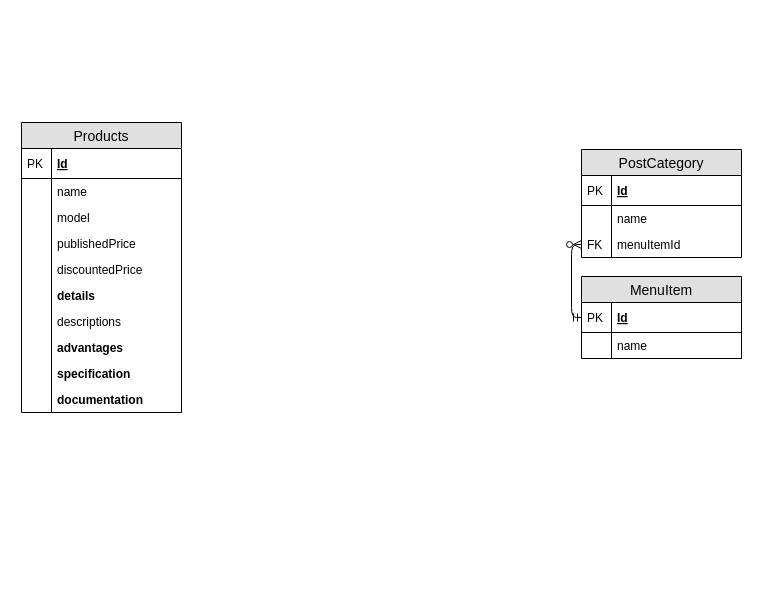
Earlier version of the draw.io diagram Documentation/ERD new project.drawio (minhdn2/news-management). Source tidied: cells renumbered, new cells numbered last; positions are measured from the earlier drawing's top-left corner, leaving out a move shared by most shapes. Both pictures are drawn from the tidied source at 100%, with x=0, y=0 at pixel (21, 122).
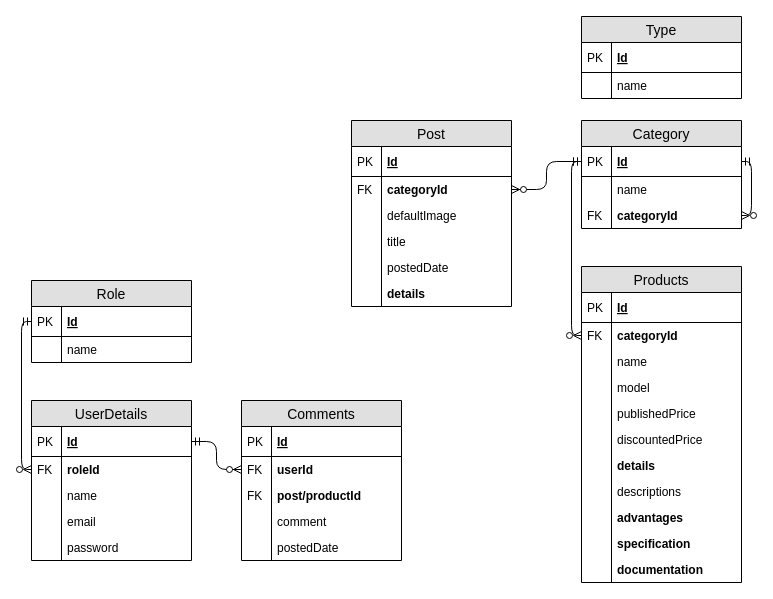
Above is the later version.

Unchanged cells that the change refers to:
```xml
<mxCell id="24" value="Id" style="shape=partialRectangle;top=0;left=0;right=0;bottom=1;align=left;verticalAlign=middle;fillColor=none;spacingLeft=34;spacingRight=4;overflow=hidden;points=[[0,0.5],[1,0.5]];portConstraint=eastwest;fontStyle=5;fontSize=12;" parent="23" vertex="1">
  <mxGeometry y="26" width="160" height="30" as="geometry" />
</mxCell>
<mxCell id="31" value="Id" style="shape=partialRectangle;top=0;left=0;right=0;bottom=1;align=left;verticalAlign=middle;fillColor=none;spacingLeft=34;spacingRight=4;overflow=hidden;points=[[0,0.5],[1,0.5]];portConstraint=eastwest;fontStyle=5;fontSize=12;" parent="30" vertex="1">
  <mxGeometry y="26" width="160" height="30" as="geometry" />
</mxCell>
```

The edit, as a diff of the source:
```diff
@@
     <mxCell id="2" value="Products" style="swimlane;fontStyle=0;horizontal=1;startSize=26;fillColor=#e0e0e0;swimlaneFillColor=#ffffff;align=center;fontSize=14;" parent="1" vertex="1">
-      <mxGeometry width="160" height="290" as="geometry" />
+      <mxGeometry x="560" y="144" width="160" height="316" as="geometry" />
     </mxCell>
@@
+    <mxCell id="36" value="categoryId" style="shape=partialRectangle;top=0;left=0;right=0;bottom=0;align=left;verticalAlign=top;fillColor=none;spacingLeft=34;spacingRight=4;overflow=hidden;points=[[0,0.5],[1,0.5]];portConstraint=eastwest;fontSize=12;fontStyle=1;" parent="2" vertex="1">
+      <mxGeometry y="56" width="160" height="26" as="geometry" />
+    </mxCell>
+    <mxCell id="37" value="FK" style="shape=partialRectangle;top=0;left=0;bottom=0;fillColor=none;align=left;verticalAlign=top;spacingLeft=4;spacingRight=4;overflow=hidden;fontSize=12;" parent="36" vertex="1">
+      <mxGeometry width="30" height="26" as="geometry" />
+    </mxCell>
     <mxCell id="5" value="name" style="shape=partialRectangle;top=0;left=0;right=0;bottom=0;align=left;verticalAlign=top;fillColor=none;spacingLeft=34;spacingRight=4;overflow=hidden;fontSize=12;" parent="2" vertex="1">
-      <mxGeometry y="56" width="160" height="26" as="geometry" />
+      <mxGeometry y="82" width="160" height="26" as="geometry" />
     </mxCell>
@@
     <mxCell id="7" value="model" style="shape=partialRectangle;top=0;left=0;right=0;bottom=0;align=left;verticalAlign=top;fillColor=none;spacingLeft=34;spacingRight=4;overflow=hidden;fontSize=12;" parent="2" vertex="1">
-      <mxGeometry y="82" width="160" height="26" as="geometry" />
+      <mxGeometry y="108" width="160" height="26" as="geometry" />
     </mxCell>
@@
     <mxCell id="9" value="publishedPrice" style="shape=partialRectangle;top=0;left=0;right=0;bottom=0;align=left;verticalAlign=top;fillColor=none;spacingLeft=34;spacingRight=4;overflow=hidden;fontSize=12;" parent="2" vertex="1">
-      <mxGeometry y="108" width="160" height="26" as="geometry" />
+      <mxGeometry y="134" width="160" height="26" as="geometry" />
     </mxCell>
@@
     <mxCell id="11" value="discountedPrice" style="shape=partialRectangle;top=0;left=0;right=0;bottom=0;align=left;verticalAlign=top;fillColor=none;spacingLeft=34;spacingRight=4;overflow=hidden;fontSize=12;" parent="2" vertex="1">
-      <mxGeometry y="134" width="160" height="26" as="geometry" />
+      <mxGeometry y="160" width="160" height="26" as="geometry" />
     </mxCell>
@@
     <mxCell id="13" value="details" style="shape=partialRectangle;top=0;left=0;right=0;bottom=0;align=left;verticalAlign=top;fillColor=none;spacingLeft=34;spacingRight=4;overflow=hidden;fontSize=12;fontStyle=1;" parent="2" vertex="1">
-      <mxGeometry y="160" width="160" height="26" as="geometry" />
+      <mxGeometry y="186" width="160" height="26" as="geometry" />
     </mxCell>
@@
     <mxCell id="15" value="descriptions" style="shape=partialRectangle;top=0;left=0;right=0;bottom=0;align=left;verticalAlign=top;fillColor=none;spacingLeft=34;spacingRight=4;overflow=hidden;fontSize=12;" parent="2" vertex="1">
-      <mxGeometry y="186" width="160" height="26" as="geometry" />
+      <mxGeometry y="212" width="160" height="26" as="geometry" />
     </mxCell>
@@
     <mxCell id="17" value="advantages" style="shape=partialRectangle;top=0;left=0;right=0;bottom=0;align=left;verticalAlign=top;fillColor=none;spacingLeft=34;spacingRight=4;overflow=hidden;fontSize=12;fontStyle=1;" parent="2" vertex="1">
-      <mxGeometry y="212" width="160" height="26" as="geometry" />
+      <mxGeometry y="238" width="160" height="26" as="geometry" />
     </mxCell>
@@
     <mxCell id="19" value="specification" style="shape=partialRectangle;top=0;left=0;right=0;bottom=0;align=left;verticalAlign=top;fillColor=none;spacingLeft=34;spacingRight=4;overflow=hidden;fontSize=12;fontStyle=1;" parent="2" vertex="1">
-      <mxGeometry y="238" width="160" height="26" as="geometry" />
+      <mxGeometry y="264" width="160" height="26" as="geometry" />
     </mxCell>
@@
     <mxCell id="21" value="documentation" style="shape=partialRectangle;top=0;left=0;right=0;bottom=0;align=left;verticalAlign=top;fillColor=none;spacingLeft=34;spacingRight=4;overflow=hidden;fontSize=12;fontStyle=1;" parent="2" vertex="1">
-      <mxGeometry y="264" width="160" height="26" as="geometry" />
+      <mxGeometry y="290" width="160" height="26" as="geometry" />
     </mxCell>
@@
-    <mxCell id="23" value="PostCategory" style="swimlane;fontStyle=0;horizontal=1;startSize=26;fillColor=#e0e0e0;swimlaneFillColor=#ffffff;align=center;fontSize=14;" parent="1" vertex="1">
-      <mxGeometry x="560" y="27" width="160" height="108" as="geometry" />
+    <mxCell id="23" value="Category" style="swimlane;fontStyle=0;horizontal=1;startSize=26;fillColor=#e0e0e0;swimlaneFillColor=#ffffff;align=center;fontSize=14;" parent="1" vertex="1">
+      <mxGeometry x="560" y="-2" width="160" height="108" as="geometry" />
     </mxCell>
@@
-    <mxCell id="28" value="menuItemId" style="shape=partialRectangle;top=0;left=0;right=0;bottom=0;align=left;verticalAlign=top;fillColor=none;spacingLeft=34;spacingRight=4;overflow=hidden;points=[[0,0.5],[1,0.5]];portConstraint=eastwest;fontSize=12;" parent="23" vertex="1">
+    <mxCell id="28" value="categoryId" style="shape=partialRectangle;top=0;left=0;right=0;bottom=0;align=left;verticalAlign=top;fillColor=none;spacingLeft=34;spacingRight=4;overflow=hidden;points=[[0,0.5],[1,0.5]];portConstraint=eastwest;fontSize=12;fontStyle=1;" parent="23" vertex="1">
       <mxGeometry y="82" width="160" height="26" as="geometry" />
     </mxCell>
@@
+    <mxCell id="38" style="edgeStyle=orthogonalEdgeStyle;fontSize=12;html=1;endArrow=ERzeroToMany;startArrow=ERmandOne;entryX=1;entryY=0.5;entryDx=0;entryDy=0;exitX=1;exitY=0.5;exitDx=0;exitDy=0;" parent="23" edge="1" source="24" target="28">
+      <mxGeometry relative="1" as="geometry" />
+    </mxCell>
-    <mxCell id="30" value="MenuItem" style="swimlane;fontStyle=0;horizontal=1;startSize=26;fillColor=#e0e0e0;swimlaneFillColor=#ffffff;align=center;fontSize=14;" parent="1" vertex="1">
-      <mxGeometry x="560" y="154" width="160" height="82" as="geometry" />
+    <mxCell id="30" value="Type" style="swimlane;fontStyle=0;horizontal=1;startSize=26;fillColor=#e0e0e0;swimlaneFillColor=#ffffff;align=center;fontSize=14;" parent="1" vertex="1">
+      <mxGeometry x="560" y="-106" width="160" height="82" as="geometry" />
     </mxCell>
@@
-    <mxCell id="35" style="edgeStyle=orthogonalEdgeStyle;fontSize=12;html=1;endArrow=ERzeroToMany;startArrow=ERmandOne;entryX=0;entryY=0.5;entryDx=0;entryDy=0;exitX=0;exitY=0.5;exitDx=0;exitDy=0;" parent="1" edge="1" source="31" target="28">
-      <mxGeometry relative="1" as="geometry" />
-    </mxCell>
+    <mxCell id="39" value="Post" style="swimlane;fontStyle=0;horizontal=1;startSize=26;fillColor=#e0e0e0;swimlaneFillColor=#ffffff;align=center;fontSize=14;" parent="1" vertex="1">
+      <mxGeometry x="330" y="-2" width="160" height="186" as="geometry" />
+    </mxCell>
+    <mxCell id="40" value="Id" style="shape=partialRectangle;top=0;left=0;right=0;bottom=1;align=left;verticalAlign=middle;fillColor=none;spacingLeft=34;spacingRight=4;overflow=hidden;fontStyle=5;fontSize=12;" parent="39" vertex="1">
+      <mxGeometry y="26" width="160" height="30" as="geometry" />
+    </mxCell>
+    <mxCell id="41" value="PK" style="shape=partialRectangle;top=0;left=0;bottom=0;fillColor=none;align=left;verticalAlign=middle;spacingLeft=4;spacingRight=4;overflow=hidden;fontSize=12;" parent="40" vertex="1">
+      <mxGeometry width="30" height="30" as="geometry" />
+    </mxCell>
+    <mxCell id="42" value="categoryId" style="shape=partialRectangle;top=0;left=0;right=0;bottom=0;align=left;verticalAlign=top;fillColor=none;spacingLeft=34;spacingRight=4;overflow=hidden;points=[[0,0.5],[1,0.5]];portConstraint=eastwest;fontSize=12;fontStyle=1;" parent="39" vertex="1">
+      <mxGeometry y="56" width="160" height="26" as="geometry" />
+    </mxCell>
+    <mxCell id="43" value="FK" style="shape=partialRectangle;top=0;left=0;bottom=0;fillColor=none;align=left;verticalAlign=top;spacingLeft=4;spacingRight=4;overflow=hidden;fontSize=12;" parent="42" vertex="1">
+      <mxGeometry width="30" height="26" as="geometry" />
+    </mxCell>
+    <mxCell id="44" value="defaultImage" style="shape=partialRectangle;top=0;left=0;right=0;bottom=0;align=left;verticalAlign=top;fillColor=none;spacingLeft=34;spacingRight=4;overflow=hidden;fontSize=12;" parent="39" vertex="1">
+      <mxGeometry y="82" width="160" height="26" as="geometry" />
+    </mxCell>
+    <mxCell id="45" style="shape=partialRectangle;top=0;left=0;bottom=0;fillColor=none;align=left;verticalAlign=top;spacingLeft=4;spacingRight=4;overflow=hidden;fontSize=12;" parent="44" vertex="1">
+      <mxGeometry width="30" height="26" as="geometry" />
+    </mxCell>
+    <mxCell id="46" value="title" style="shape=partialRectangle;top=0;left=0;right=0;bottom=0;align=left;verticalAlign=top;fillColor=none;spacingLeft=34;spacingRight=4;overflow=hidden;fontSize=12;" parent="39" vertex="1">
+      <mxGeometry y="108" width="160" height="26" as="geometry" />
+    </mxCell>
+    <mxCell id="47" style="shape=partialRectangle;top=0;left=0;bottom=0;fillColor=none;align=left;verticalAlign=top;spacingLeft=4;spacingRight=4;overflow=hidden;fontSize=12;" parent="46" vertex="1">
+      <mxGeometry width="30" height="26" as="geometry" />
+    </mxCell>
+    <mxCell id="48" value="postedDate" style="shape=partialRectangle;top=0;left=0;right=0;bottom=0;align=left;verticalAlign=top;fillColor=none;spacingLeft=34;spacingRight=4;overflow=hidden;fontSize=12;" parent="39" vertex="1">
+      <mxGeometry y="134" width="160" height="26" as="geometry" />
+    </mxCell>
+    <mxCell id="49" style="shape=partialRectangle;top=0;left=0;bottom=0;fillColor=none;align=left;verticalAlign=top;spacingLeft=4;spacingRight=4;overflow=hidden;fontSize=12;" parent="48" vertex="1">
+      <mxGeometry width="30" height="26" as="geometry" />
+    </mxCell>
+    <mxCell id="50" value="details" style="shape=partialRectangle;top=0;left=0;right=0;bottom=0;align=left;verticalAlign=top;fillColor=none;spacingLeft=34;spacingRight=4;overflow=hidden;fontSize=12;fontStyle=1;" parent="39" vertex="1">
+      <mxGeometry y="160" width="160" height="26" as="geometry" />
+    </mxCell>
+    <mxCell id="51" style="shape=partialRectangle;top=0;left=0;bottom=0;fillColor=none;align=left;verticalAlign=top;spacingLeft=4;spacingRight=4;overflow=hidden;fontSize=12;" parent="50" vertex="1">
+      <mxGeometry width="30" height="26" as="geometry" />
+    </mxCell>
+    <mxCell id="52" style="edgeStyle=orthogonalEdgeStyle;fontSize=12;html=1;endArrow=ERzeroToMany;startArrow=ERmandOne;entryX=1;entryY=0.5;entryDx=0;entryDy=0;exitX=0;exitY=0.5;exitDx=0;exitDy=0;" parent="1" edge="1" source="24" target="42">
+      <mxGeometry relative="1" as="geometry" />
+    </mxCell>
+    <mxCell id="53" style="edgeStyle=orthogonalEdgeStyle;fontSize=12;html=1;endArrow=ERzeroToMany;startArrow=ERmandOne;entryX=0;entryY=0.5;entryDx=0;entryDy=0;exitX=0;exitY=0.5;exitDx=0;exitDy=0;" parent="1" edge="1" source="24" target="36">
+      <mxGeometry relative="1" as="geometry" />
+    </mxCell>
+    <mxCell id="54" value="Role" style="swimlane;fontStyle=0;horizontal=1;startSize=26;fillColor=#e0e0e0;swimlaneFillColor=#ffffff;align=center;fontSize=14;" parent="1" vertex="1">
+      <mxGeometry x="10" y="158" width="160" height="82" as="geometry" />
+    </mxCell>
+    <mxCell id="55" value="Id" style="shape=partialRectangle;top=0;left=0;right=0;bottom=1;align=left;verticalAlign=middle;fillColor=none;spacingLeft=34;spacingRight=4;overflow=hidden;points=[[0,0.5],[1,0.5]];portConstraint=eastwest;fontStyle=5;fontSize=12;" parent="54" vertex="1">
+      <mxGeometry y="26" width="160" height="30" as="geometry" />
+    </mxCell>
+    <mxCell id="56" value="PK" style="shape=partialRectangle;top=0;left=0;bottom=0;fillColor=none;align=left;verticalAlign=middle;spacingLeft=4;spacingRight=4;overflow=hidden;fontSize=12;" parent="55" vertex="1">
+      <mxGeometry width="30" height="30" as="geometry" />
+    </mxCell>
+    <mxCell id="57" value="name" style="shape=partialRectangle;top=0;left=0;right=0;bottom=0;align=left;verticalAlign=top;fillColor=none;spacingLeft=34;spacingRight=4;overflow=hidden;fontSize=12;" parent="54" vertex="1">
+      <mxGeometry y="56" width="160" height="26" as="geometry" />
+    </mxCell>
+    <mxCell id="58" style="shape=partialRectangle;top=0;left=0;bottom=0;fillColor=none;align=left;verticalAlign=top;spacingLeft=4;spacingRight=4;overflow=hidden;fontSize=12;" parent="57" vertex="1">
+      <mxGeometry width="30" height="26" as="geometry" />
+    </mxCell>
+    <mxCell id="59" value="UserDetails" style="swimlane;fontStyle=0;horizontal=1;startSize=26;fillColor=#e0e0e0;swimlaneFillColor=#ffffff;align=center;fontSize=14;" parent="1" vertex="1">
+      <mxGeometry x="10" y="278" width="160" height="160" as="geometry" />
+    </mxCell>
+    <mxCell id="60" value="Id" style="shape=partialRectangle;top=0;left=0;right=0;bottom=1;align=left;verticalAlign=middle;fillColor=none;spacingLeft=34;spacingRight=4;overflow=hidden;points=[[0,0.5],[1,0.5]];portConstraint=eastwest;fontStyle=5;fontSize=12;" parent="59" vertex="1">
+      <mxGeometry y="26" width="160" height="30" as="geometry" />
+    </mxCell>
+    <mxCell id="61" value="PK" style="shape=partialRectangle;top=0;left=0;bottom=0;fillColor=none;align=left;verticalAlign=middle;spacingLeft=4;spacingRight=4;overflow=hidden;fontSize=12;" parent="60" vertex="1">
+      <mxGeometry width="30" height="30" as="geometry" />
+    </mxCell>
+    <mxCell id="62" value="roleId" style="shape=partialRectangle;top=0;left=0;right=0;bottom=0;align=left;verticalAlign=top;fillColor=none;spacingLeft=34;spacingRight=4;overflow=hidden;points=[[0,0.5],[1,0.5]];portConstraint=eastwest;fontSize=12;fontStyle=1;" parent="59" vertex="1">
+      <mxGeometry y="56" width="160" height="26" as="geometry" />
+    </mxCell>
+    <mxCell id="63" value="FK" style="shape=partialRectangle;top=0;left=0;bottom=0;fillColor=none;align=left;verticalAlign=top;spacingLeft=4;spacingRight=4;overflow=hidden;fontSize=12;" parent="62" vertex="1">
+      <mxGeometry width="30" height="26" as="geometry" />
+    </mxCell>
+    <mxCell id="64" value="name" style="shape=partialRectangle;top=0;left=0;right=0;bottom=0;align=left;verticalAlign=top;fillColor=none;spacingLeft=34;spacingRight=4;overflow=hidden;fontSize=12;" parent="59" vertex="1">
+      <mxGeometry y="82" width="160" height="26" as="geometry" />
+    </mxCell>
+    <mxCell id="65" style="shape=partialRectangle;top=0;left=0;bottom=0;fillColor=none;align=left;verticalAlign=top;spacingLeft=4;spacingRight=4;overflow=hidden;fontSize=12;" parent="64" vertex="1">
+      <mxGeometry width="30" height="26" as="geometry" />
+    </mxCell>
+    <mxCell id="66" value="email" style="shape=partialRectangle;top=0;left=0;right=0;bottom=0;align=left;verticalAlign=top;fillColor=none;spacingLeft=34;spacingRight=4;overflow=hidden;fontSize=12;" parent="59" vertex="1">
+      <mxGeometry y="108" width="160" height="26" as="geometry" />
+    </mxCell>
+    <mxCell id="67" style="shape=partialRectangle;top=0;left=0;bottom=0;fillColor=none;align=left;verticalAlign=top;spacingLeft=4;spacingRight=4;overflow=hidden;fontSize=12;" parent="66" vertex="1">
+      <mxGeometry width="30" height="26" as="geometry" />
+    </mxCell>
+    <mxCell id="68" value="password" style="shape=partialRectangle;top=0;left=0;right=0;bottom=0;align=left;verticalAlign=top;fillColor=none;spacingLeft=34;spacingRight=4;overflow=hidden;fontSize=12;" parent="59" vertex="1">
+      <mxGeometry y="134" width="160" height="26" as="geometry" />
+    </mxCell>
+    <mxCell id="69" style="shape=partialRectangle;top=0;left=0;bottom=0;fillColor=none;align=left;verticalAlign=top;spacingLeft=4;spacingRight=4;overflow=hidden;fontSize=12;" parent="68" vertex="1">
+      <mxGeometry width="30" height="26" as="geometry" />
+    </mxCell>
+    <mxCell id="70" value="Comments" style="swimlane;fontStyle=0;horizontal=1;startSize=26;fillColor=#e0e0e0;swimlaneFillColor=#ffffff;align=center;fontSize=14;" parent="1" vertex="1">
+      <mxGeometry x="220" y="278" width="160" height="160" as="geometry" />
+    </mxCell>
+    <mxCell id="71" value="Id" style="shape=partialRectangle;top=0;left=0;right=0;bottom=1;align=left;verticalAlign=middle;fillColor=none;spacingLeft=34;spacingRight=4;overflow=hidden;fontStyle=5;fontSize=12;" parent="70" vertex="1">
+      <mxGeometry y="26" width="160" height="30" as="geometry" />
+    </mxCell>
+    <mxCell id="72" value="PK" style="shape=partialRectangle;top=0;left=0;bottom=0;fillColor=none;align=left;verticalAlign=middle;spacingLeft=4;spacingRight=4;overflow=hidden;fontSize=12;" parent="71" vertex="1">
+      <mxGeometry width="30" height="30" as="geometry" />
+    </mxCell>
+    <mxCell id="73" value="userId" style="shape=partialRectangle;top=0;left=0;right=0;bottom=0;align=left;verticalAlign=top;fillColor=none;spacingLeft=34;spacingRight=4;overflow=hidden;points=[[0,0.5],[1,0.5]];portConstraint=eastwest;fontSize=12;fontStyle=1;" parent="70" vertex="1">
+      <mxGeometry y="56" width="160" height="26" as="geometry" />
+    </mxCell>
+    <mxCell id="74" value="FK" style="shape=partialRectangle;top=0;left=0;bottom=0;fillColor=none;align=left;verticalAlign=top;spacingLeft=4;spacingRight=4;overflow=hidden;fontSize=12;" parent="73" vertex="1">
+      <mxGeometry width="30" height="26" as="geometry" />
+    </mxCell>
+    <mxCell id="75" value="post/productId" style="shape=partialRectangle;top=0;left=0;right=0;bottom=0;align=left;verticalAlign=top;fillColor=none;spacingLeft=34;spacingRight=4;overflow=hidden;fontSize=12;fontStyle=1;" parent="70" vertex="1">
+      <mxGeometry y="82" width="160" height="26" as="geometry" />
+    </mxCell>
+    <mxCell id="76" value="FK" style="shape=partialRectangle;top=0;left=0;bottom=0;fillColor=none;align=left;verticalAlign=top;spacingLeft=4;spacingRight=4;overflow=hidden;fontSize=12;" parent="75" vertex="1">
+      <mxGeometry width="30" height="26" as="geometry" />
+    </mxCell>
+    <mxCell id="77" value="comment&#10;" style="shape=partialRectangle;top=0;left=0;right=0;bottom=0;align=left;verticalAlign=top;fillColor=none;spacingLeft=34;spacingRight=4;overflow=hidden;fontSize=12;" parent="70" vertex="1">
+      <mxGeometry y="108" width="160" height="26" as="geometry" />
+    </mxCell>
+    <mxCell id="78" style="shape=partialRectangle;top=0;left=0;bottom=0;fillColor=none;align=left;verticalAlign=top;spacingLeft=4;spacingRight=4;overflow=hidden;fontSize=12;" parent="77" vertex="1">
+      <mxGeometry width="30" height="26" as="geometry" />
+    </mxCell>
+    <mxCell id="79" value="postedDate&#10;" style="shape=partialRectangle;top=0;left=0;right=0;bottom=0;align=left;verticalAlign=top;fillColor=none;spacingLeft=34;spacingRight=4;overflow=hidden;fontSize=12;" parent="70" vertex="1">
+      <mxGeometry y="134" width="160" height="26" as="geometry" />
+    </mxCell>
+    <mxCell id="80" style="shape=partialRectangle;top=0;left=0;bottom=0;fillColor=none;align=left;verticalAlign=top;spacingLeft=4;spacingRight=4;overflow=hidden;fontSize=12;" parent="79" vertex="1">
+      <mxGeometry width="30" height="26" as="geometry" />
+    </mxCell>
+    <mxCell id="81" style="edgeStyle=orthogonalEdgeStyle;fontSize=12;html=1;endArrow=ERzeroToMany;startArrow=ERmandOne;entryX=0;entryY=0.5;entryDx=0;entryDy=0;exitX=0;exitY=0.5;exitDx=0;exitDy=0;" parent="1" edge="1" source="55" target="62">
+      <mxGeometry relative="1" as="geometry" />
+    </mxCell>
+    <mxCell id="82" style="edgeStyle=orthogonalEdgeStyle;fontSize=12;html=1;endArrow=ERzeroToMany;startArrow=ERmandOne;entryX=0;entryY=0.5;entryDx=0;entryDy=0;exitX=1;exitY=0.5;exitDx=0;exitDy=0;" parent="1" edge="1" source="60" target="73">
+      <mxGeometry relative="1" as="geometry" />
+    </mxCell>
```
